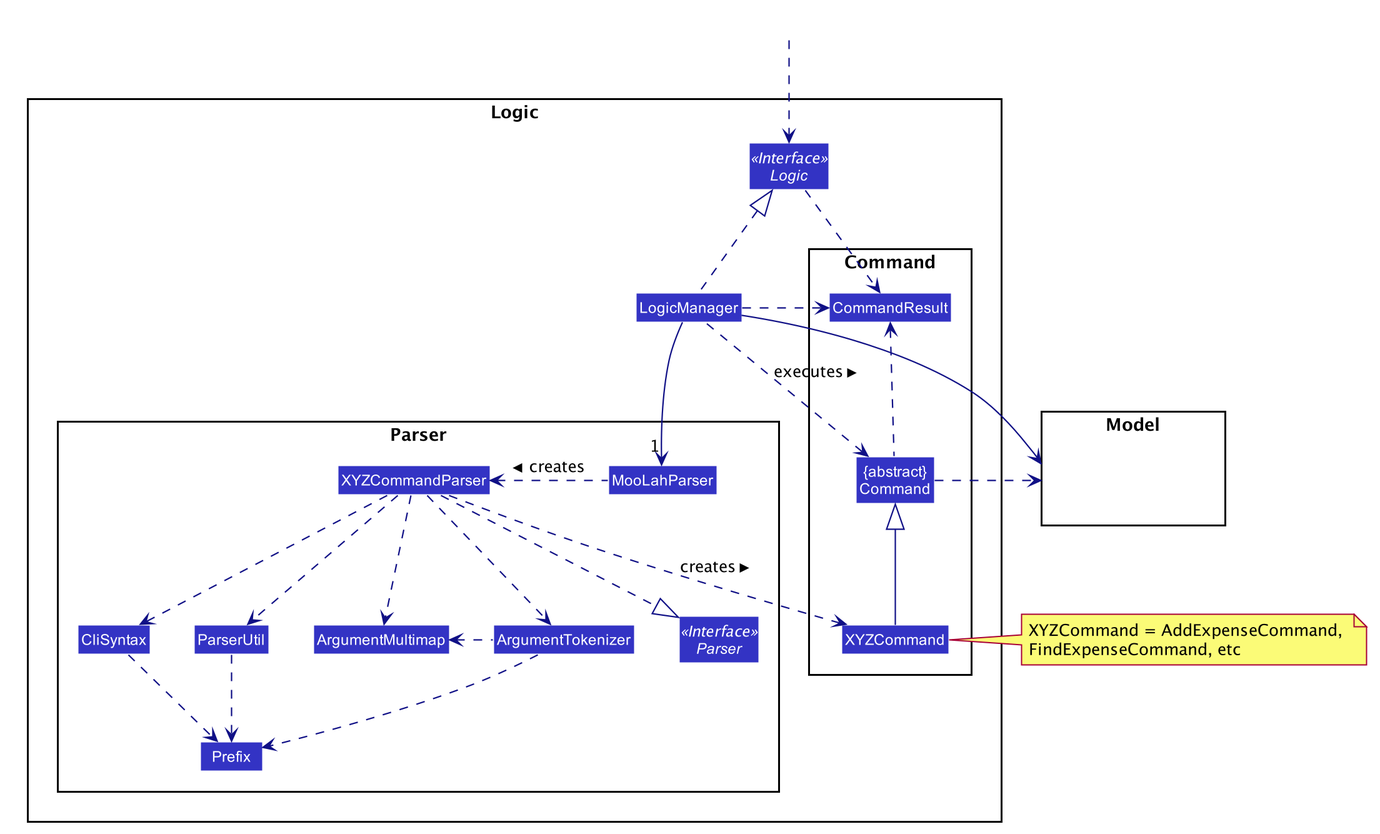
Above: docs/images/LogicClassDiagram.png in nus-cs2103-AY1920S1/addressbook-level3 (PlantUML), before the change.
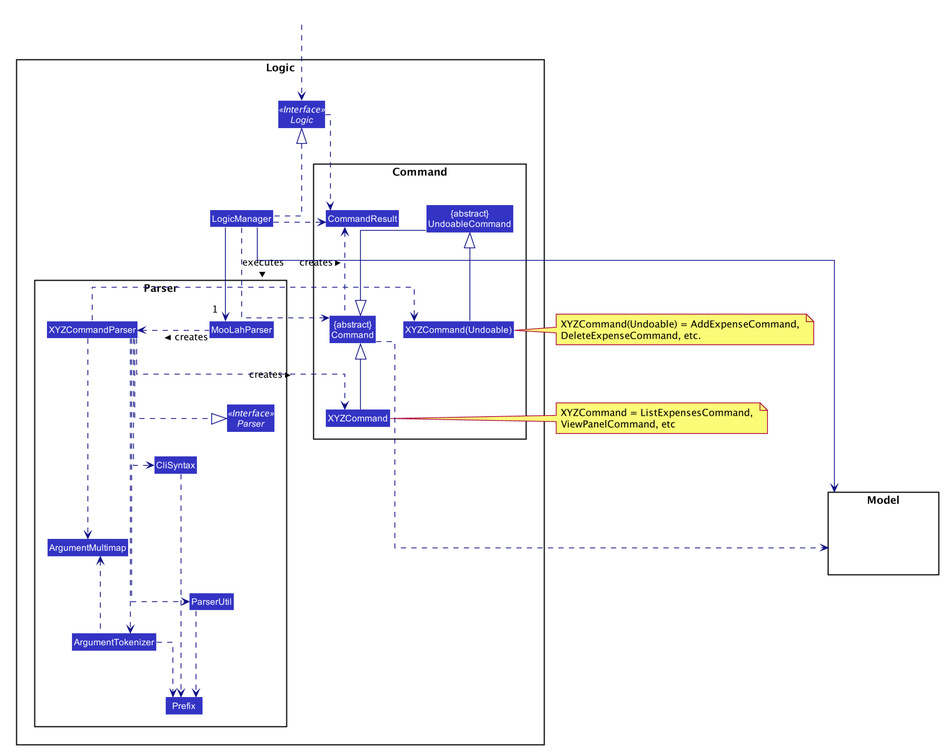
The same file after the commit.

Commit message:
Update model and logic diagram

Diff of the diagram source:
```diff
@@ -50,6 +50,8 @@
 skinparam arrowThickness 1.1
 skinparam arrowColor #101086
 skinparam classBackgroundColor #3333C4
+skinparam lineType ortho
+
 
 package Logic {
 
@@ -66,7 +68,9 @@
 
 package Command {
 Class XYZCommand
+Class "XYZCommand(Undoable)" as XYZUndoableCommand
 Class CommandResult
+Class "{abstract}\nUndoableCommand" as UndoableCommand
 Class "{abstract}\nCommand" as Command
 }
 
@@ -85,10 +89,13 @@
 LogicManager -->"1" MooLahParser
 MooLahParser .left.> XYZCommandParser: creates >
 
-XYZCommandParser ..> XYZCommand : creates >
+XYZCommandParser .right.> XYZCommand : creates >
+XYZCommandParser .right.> XYZUndoableCommand : creates >
+
+
 XYZCommandParser ..|> Parser
-XYZCommandParser ..> ArgumentMultimap
-XYZCommandParser ..> ArgumentTokenizer
+XYZCommandParser ...> ArgumentMultimap
+XYZCommandParser ....> ArgumentTokenizer
 ArgumentTokenizer .left.> ArgumentMultimap
 XYZCommandParser ..> CliSyntax
 CliSyntax ..> Prefix
@@ -96,12 +103,15 @@
 ParserUtil .down.> Prefix
 ArgumentTokenizer .down.> Prefix
 XYZCommand -up-|> Command
+XYZUndoableCommand -up-|> UndoableCommand
+UndoableCommand --|> Command
+
 LogicManager .left.> Command : executes >
 
-LogicManager --> Model
-Command .right.> Model
-note right of XYZCommand: XYZCommand = AddExpenseCommand, \nFindExpenseCommand, etc
-
+LogicManager ----> Model
+Command ..> Model
+note right of XYZCommand: XYZCommand = ListExpensesCommand, \nViewPanelCommand, etc
+note right of XYZUndoableCommand: XYZCommand(Undoable) = AddExpenseCommand, \nDeleteExpenseCommand, etc.
 Logic ..> CommandResult
 LogicManager .down.> CommandResult
 Command .up.> CommandResult
```
